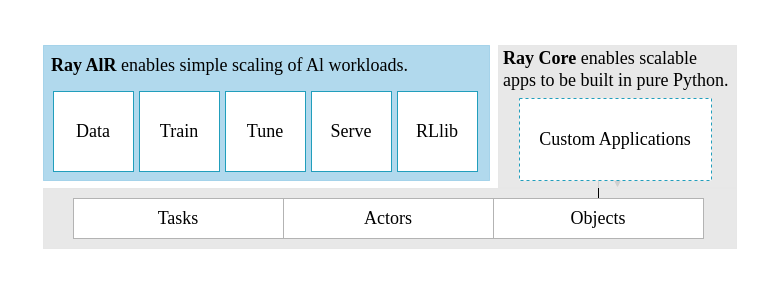
Above: drawio/ch-ray-core/ray.drawio in godaai/scale-py-zh (draw.io), before the change. Source tidied: cells renumbered, new cells numbered last; positions are measured from the earlier drawing's top-left corner, leaving out a move shared by most shapes. Both pictures are drawn from the tidied source at 100%, with x=0, y=0 at pixel (17, 17).
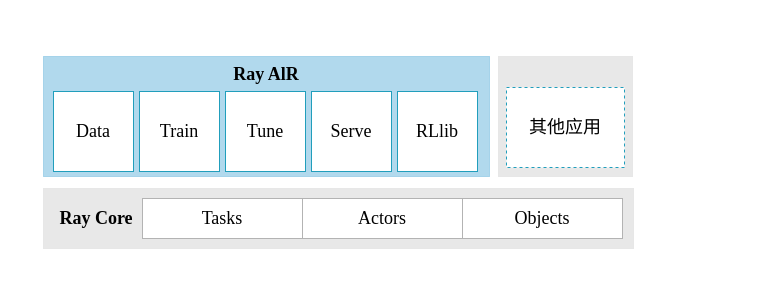
After the change.

The edit, as a diff of the source:
```diff
@@
 <mxGraphModel>
   <root>
     <mxCell id="0" />
     <mxCell id="1" parent="0" />
     <mxCell id="2" style="rounded=0;whiteSpace=wrap;html=1;strokeColor=none;fillColor=none;" parent="1" vertex="1">
-      <mxGeometry width="745" height="258" as="geometry" />
+      <mxGeometry x="20" y="29" width="600" height="210" as="geometry" />
     </mxCell>
     <mxCell id="3" style="rounded=0;whiteSpace=wrap;html=1;fillColor=#90C9E6;opacity=70;strokeColor=#90C9E6;" parent="1" vertex="1">
-      <mxGeometry x="26" y="28" width="446" height="135" as="geometry" />
+      <mxGeometry x="26" y="39" width="446" height="120" as="geometry" />
     </mxCell>
-    <mxCell id="4" value="&lt;font style=&quot;font-size: 18px;&quot; face=&quot;Times New Roman&quot;&gt;&lt;b style=&quot;&quot;&gt;Ray AlR&lt;/b&gt; enables simple scaling of Al workloads.&lt;/font&gt;" style="text;html=1;strokeColor=none;fillColor=none;align=center;verticalAlign=middle;whiteSpace=wrap;rounded=0;" parent="1" vertex="1">
-      <mxGeometry x="24" y="33" width="377" height="30" as="geometry" />
+    <mxCell id="4" value="&lt;font style=&quot;font-size: 18px;&quot; face=&quot;Times New Roman&quot;&gt;&lt;b style=&quot;&quot;&gt;Ray AlR&lt;/b&gt;&lt;/font&gt;" style="text;html=1;strokeColor=none;fillColor=none;align=center;verticalAlign=middle;whiteSpace=wrap;rounded=0;" parent="1" vertex="1">
+      <mxGeometry x="199" y="42" width="100" height="30" as="geometry" />
     </mxCell>
     <mxCell id="5" value="&lt;font face=&quot;Times New Roman&quot; style=&quot;font-size: 18px;&quot;&gt;Data&lt;/font&gt;" style="whiteSpace=wrap;html=1;strokeColor=#219EBC;" parent="1" vertex="1">
       <mxGeometry x="36" y="74" width="80" height="80" as="geometry" />
     </mxCell>
     <mxCell id="6" value="&lt;font style=&quot;font-size: 18px;&quot; face=&quot;Times New Roman&quot;&gt;Train&lt;/font&gt;" style="whiteSpace=wrap;html=1;strokeColor=#219EBC;" parent="1" vertex="1">
       <mxGeometry x="122" y="74" width="80" height="80" as="geometry" />
     </mxCell>
     <mxCell id="7" value="&lt;font style=&quot;font-size: 18px;&quot; face=&quot;Times New Roman&quot;&gt;Tune&lt;/font&gt;" style="whiteSpace=wrap;html=1;strokeColor=#219EBC;" parent="1" vertex="1">
       <mxGeometry x="208" y="74" width="80" height="80" as="geometry" />
     </mxCell>
     <mxCell id="8" value="&lt;font style=&quot;font-size: 18px;&quot; face=&quot;Times New Roman&quot;&gt;Serve&lt;/font&gt;" style="whiteSpace=wrap;html=1;strokeColor=#219EBC;" parent="1" vertex="1">
       <mxGeometry x="294" y="74" width="80" height="80" as="geometry" />
     </mxCell>
     <mxCell id="9" value="&lt;font style=&quot;font-size: 18px;&quot; face=&quot;Times New Roman&quot;&gt;RLlib&lt;/font&gt;" style="whiteSpace=wrap;html=1;strokeColor=#219EBC;" parent="1" vertex="1">
       <mxGeometry x="380" y="74" width="80" height="80" as="geometry" />
     </mxCell>
     <mxCell id="10" style="rounded=0;whiteSpace=wrap;html=1;fillColor=#E6E6E6;opacity=90;strokeColor=#E6E6E6;" parent="1" vertex="1">
-      <mxGeometry x="26" y="171" width="693" height="60" as="geometry" />
+      <mxGeometry x="26" y="171" width="590" height="60" as="geometry" />
     </mxCell>
     <mxCell id="11" value="&lt;font style=&quot;font-size: 18px;&quot; face=&quot;Times New Roman&quot;&gt;Tasks&lt;/font&gt;" style="rounded=0;whiteSpace=wrap;html=1;strokeColor=#B3B3B3;" parent="1" vertex="1">
-      <mxGeometry x="56" y="181" width="210" height="40" as="geometry" />
+      <mxGeometry x="125" y="181" width="160" height="40" as="geometry" />
     </mxCell>
     <mxCell id="12" value="&lt;font style=&quot;font-size: 18px;&quot; face=&quot;Times New Roman&quot;&gt;Actors&lt;/font&gt;" style="rounded=0;whiteSpace=wrap;html=1;strokeColor=#B3B3B3;" parent="1" vertex="1">
-      <mxGeometry x="266" y="181" width="210" height="40" as="geometry" />
+      <mxGeometry x="285" y="181" width="160" height="40" as="geometry" />
     </mxCell>
-    <mxCell id="13" style="edgeStyle=orthogonalEdgeStyle;rounded=0;jettySize=auto;html=1;" parent="1" edge="1" source="14" target="15">
-      <mxGeometry relative="1" as="geometry" />
-    </mxCell>
     <mxCell id="14" value="&lt;font style=&quot;font-size: 18px;&quot; face=&quot;Times New Roman&quot;&gt;Objects&lt;/font&gt;" style="rounded=0;whiteSpace=wrap;html=1;strokeColor=#B3B3B3;" parent="1" vertex="1">
-      <mxGeometry x="476" y="181" width="210" height="40" as="geometry" />
+      <mxGeometry x="445" y="181" width="160" height="40" as="geometry" />
     </mxCell>
     <mxCell id="15" style="rounded=0;whiteSpace=wrap;html=1;fillColor=#E6E6E6;opacity=90;strokeColor=#E6E6E6;" parent="1" vertex="1">
-      <mxGeometry x="481" y="28" width="238" height="142" as="geometry" />
+      <mxGeometry x="481" y="39" width="134" height="120" as="geometry" />
     </mxCell>
-    <mxCell id="16" value="&lt;div style=&quot;font-size: 18px;&quot;&gt;&lt;font style=&quot;font-size: 18px;&quot; face=&quot;Times New Roman&quot;&gt;&lt;b&gt;Ray Core&lt;/b&gt; enables scalable&lt;/font&gt;&lt;/div&gt;&lt;div style=&quot;font-size: 18px;&quot;&gt;&lt;font style=&quot;font-size: 18px;&quot; face=&quot;Times New Roman&quot;&gt;apps to be built in pure Python.&lt;/font&gt;&lt;/div&gt;" style="text;html=1;strokeColor=none;fillColor=none;align=left;verticalAlign=middle;whiteSpace=wrap;rounded=0;" parent="1" vertex="1">
-      <mxGeometry x="484" y="28" width="228" height="47" as="geometry" />
-    </mxCell>
-    <mxCell id="17" value="&lt;font style=&quot;font-size: 18px;&quot; face=&quot;Times New Roman&quot;&gt;Custom Applications&lt;/font&gt;" style="rounded=0;whiteSpace=wrap;html=1;strokeColor=#219EBC;dashed=1;fillColor=#FFFFFF;" parent="1" vertex="1">
-      <mxGeometry x="502" y="81" width="192" height="82" as="geometry" />
+    <mxCell id="17" value="&lt;font style=&quot;font-size: 18px;&quot; face=&quot;Times New Roman&quot;&gt;其他应用&lt;/font&gt;" style="rounded=0;whiteSpace=wrap;html=1;strokeColor=#219EBC;dashed=1;fillColor=#FFFFFF;" parent="1" vertex="1">
+      <mxGeometry x="489" y="70" width="118" height="80" as="geometry" />
     </mxCell>
+    <mxCell id="18" value="&lt;font style=&quot;font-size: 18px;&quot; face=&quot;Times New Roman&quot;&gt;&lt;b style=&quot;&quot;&gt;Ray Core&lt;/b&gt;&lt;/font&gt;" style="text;html=1;strokeColor=none;fillColor=none;align=center;verticalAlign=middle;whiteSpace=wrap;rounded=0;" parent="1" vertex="1">
+      <mxGeometry x="29" y="186" width="100" height="30" as="geometry" />
+    </mxCell>
   </root>
 </mxGraphModel>
```
